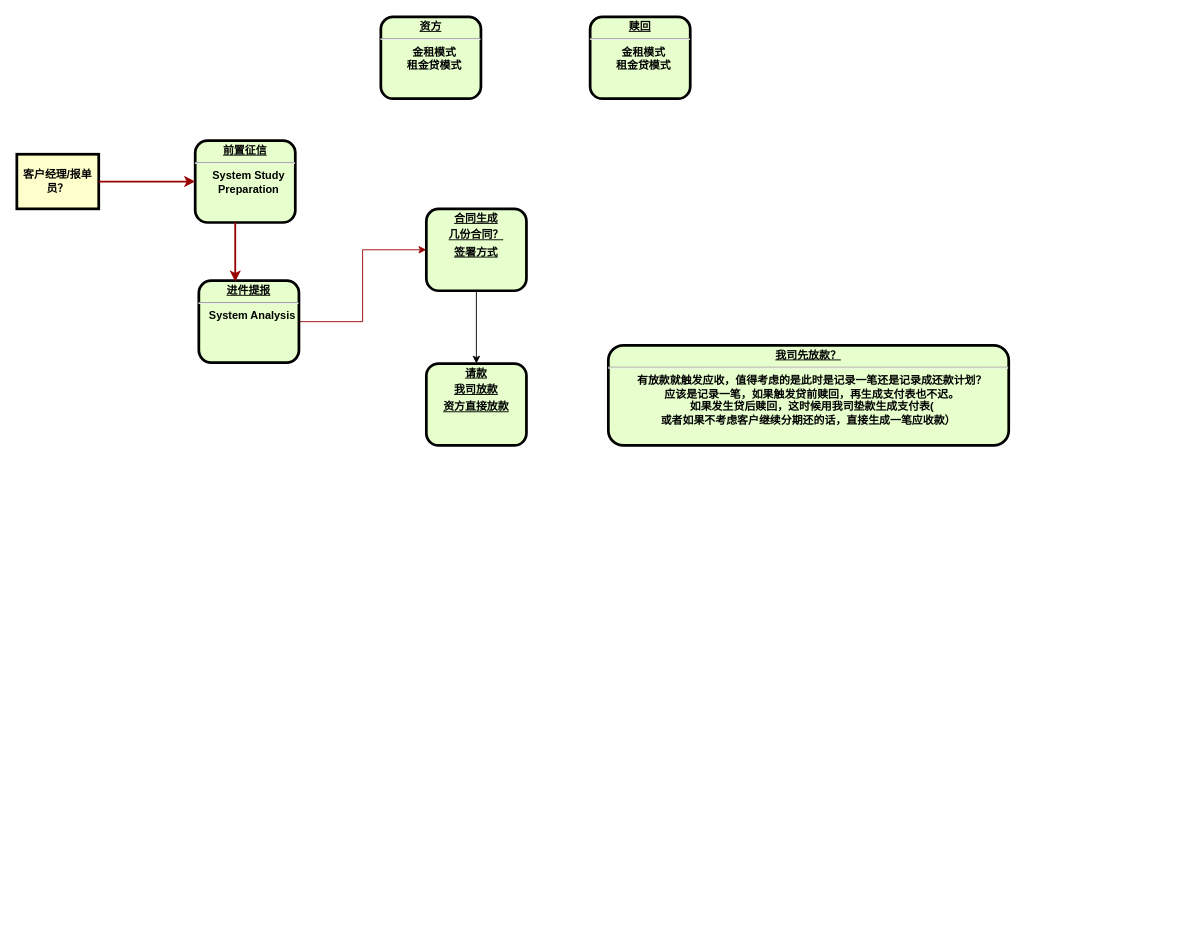
This is QJ主营业务流程.drawio from XiongZen/QJReconstitution, a draw.io file, before an edit. Source tidied: cells renumbered, new cells numbered last; positions are measured from the earlier drawing's top-left corner, leaving out a move shared by most shapes. Both pictures are drawn from the tidied source at 91%, with x=0, y=0 at pixel (16, 16).
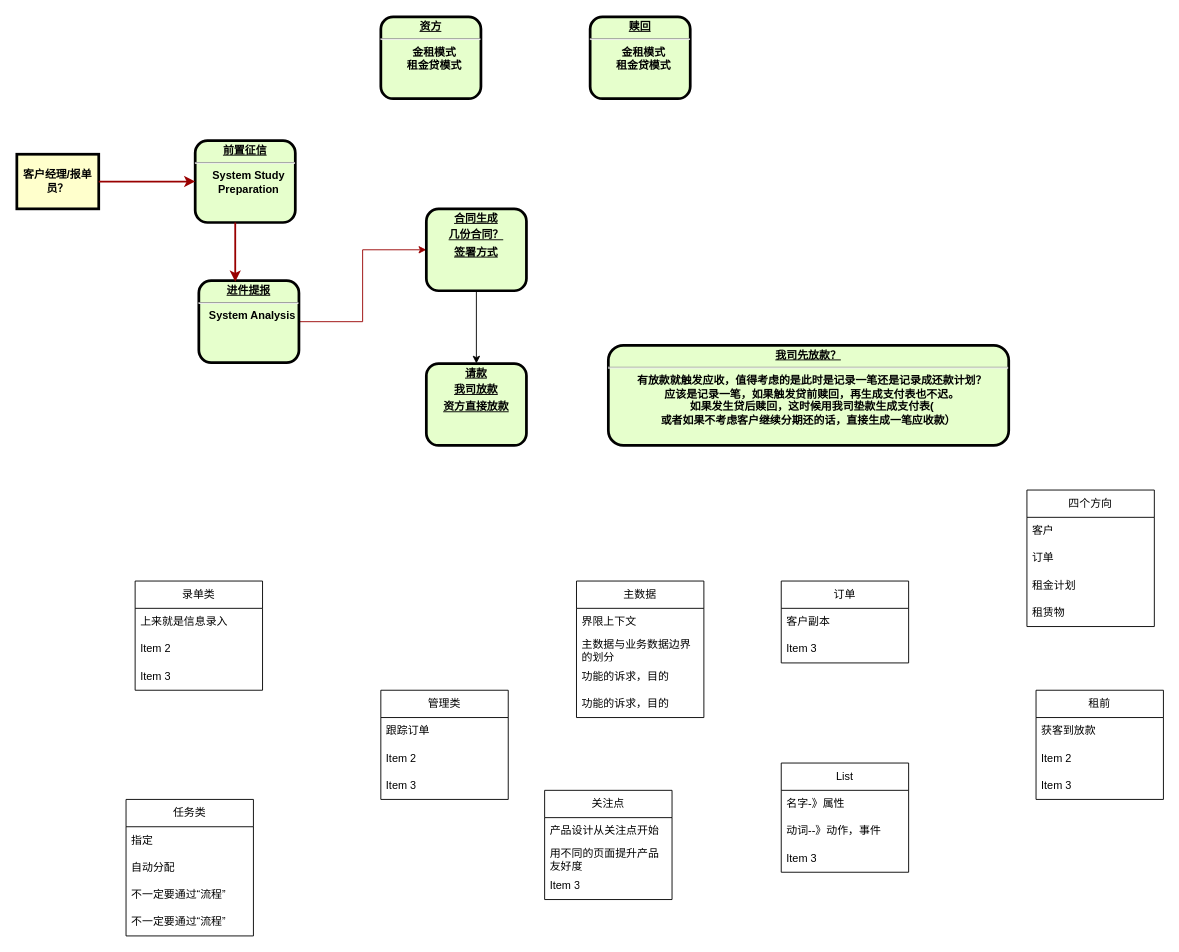
After the change.

Commit message:
更新QJ主营业务流程0903

The edit, as a diff of the source:
```diff
@@
+    <mxCell id="14" value="录单类" style="swimlane;fontStyle=0;horizontal=1;startSize=30;whiteSpace=wrap;html=1;" parent="1" vertex="1">
+      <mxGeometry x="130" y="620" width="140" height="120" as="geometry" />
+    </mxCell>
+    <mxCell id="15" value="上来就是信息录入" style="text;strokeColor=none;fillColor=none;align=left;verticalAlign=middle;spacingLeft=4;spacingRight=4;overflow=hidden;whiteSpace=wrap;html=1;" parent="14" vertex="1">
+      <mxGeometry y="30" width="140" height="30" as="geometry" />
+    </mxCell>
+    <mxCell id="16" value="Item 2" style="text;strokeColor=none;fillColor=none;align=left;verticalAlign=middle;spacingLeft=4;spacingRight=4;overflow=hidden;whiteSpace=wrap;html=1;" parent="14" vertex="1">
+      <mxGeometry y="60" width="140" height="30" as="geometry" />
+    </mxCell>
+    <mxCell id="17" value="Item 3" style="text;strokeColor=none;fillColor=none;align=left;verticalAlign=middle;spacingLeft=4;spacingRight=4;overflow=hidden;whiteSpace=wrap;html=1;" parent="14" vertex="1">
+      <mxGeometry y="90" width="140" height="30" as="geometry" />
+    </mxCell>
+    <mxCell id="18" value="任务类" style="swimlane;fontStyle=0;horizontal=1;startSize=30;whiteSpace=wrap;html=1;" parent="1" vertex="1">
+      <mxGeometry x="120" y="860" width="140" height="150" as="geometry" />
+    </mxCell>
+    <mxCell id="19" value="指定" style="text;strokeColor=none;fillColor=none;align=left;verticalAlign=middle;spacingLeft=4;spacingRight=4;overflow=hidden;whiteSpace=wrap;html=1;" parent="18" vertex="1">
+      <mxGeometry y="30" width="140" height="30" as="geometry" />
+    </mxCell>
+    <mxCell id="20" value="自动分配" style="text;strokeColor=none;fillColor=none;align=left;verticalAlign=middle;spacingLeft=4;spacingRight=4;overflow=hidden;whiteSpace=wrap;html=1;" parent="18" vertex="1">
+      <mxGeometry y="60" width="140" height="30" as="geometry" />
+    </mxCell>
+    <mxCell id="21" value="不一定要通过“流程”" style="text;strokeColor=none;fillColor=none;align=left;verticalAlign=middle;spacingLeft=4;spacingRight=4;overflow=hidden;whiteSpace=wrap;html=1;" parent="18" vertex="1">
+      <mxGeometry y="90" width="140" height="30" as="geometry" />
+    </mxCell>
+    <mxCell id="22" value="不一定要通过“流程”" style="text;strokeColor=none;fillColor=none;align=left;verticalAlign=middle;spacingLeft=4;spacingRight=4;overflow=hidden;whiteSpace=wrap;html=1;" parent="18" vertex="1">
+      <mxGeometry y="120" width="140" height="30" as="geometry" />
+    </mxCell>
+    <mxCell id="23" value="管理类" style="swimlane;fontStyle=0;horizontal=1;startSize=30;whiteSpace=wrap;html=1;" parent="1" vertex="1">
+      <mxGeometry x="400" y="740" width="140" height="120" as="geometry" />
+    </mxCell>
+    <mxCell id="24" value="跟踪订单" style="text;strokeColor=none;fillColor=none;align=left;verticalAlign=middle;spacingLeft=4;spacingRight=4;overflow=hidden;whiteSpace=wrap;html=1;" parent="23" vertex="1">
+      <mxGeometry y="30" width="140" height="30" as="geometry" />
+    </mxCell>
+    <mxCell id="25" value="Item 2" style="text;strokeColor=none;fillColor=none;align=left;verticalAlign=middle;spacingLeft=4;spacingRight=4;overflow=hidden;whiteSpace=wrap;html=1;" parent="23" vertex="1">
+      <mxGeometry y="60" width="140" height="30" as="geometry" />
+    </mxCell>
+    <mxCell id="26" value="Item 3" style="text;strokeColor=none;fillColor=none;align=left;verticalAlign=middle;spacingLeft=4;spacingRight=4;overflow=hidden;whiteSpace=wrap;html=1;" parent="23" vertex="1">
+      <mxGeometry y="90" width="140" height="30" as="geometry" />
+    </mxCell>
+    <mxCell id="27" value="主数据" style="swimlane;fontStyle=0;horizontal=1;startSize=30;whiteSpace=wrap;html=1;" parent="1" vertex="1">
+      <mxGeometry x="615" y="620" width="140" height="150" as="geometry" />
+    </mxCell>
+    <mxCell id="28" value="界限上下文" style="text;strokeColor=none;fillColor=none;align=left;verticalAlign=middle;spacingLeft=4;spacingRight=4;overflow=hidden;whiteSpace=wrap;html=1;" parent="27" vertex="1">
+      <mxGeometry y="30" width="140" height="30" as="geometry" />
+    </mxCell>
+    <mxCell id="29" value="主数据与业务数据边界的划分" style="text;strokeColor=none;fillColor=none;align=left;verticalAlign=middle;spacingLeft=4;spacingRight=4;overflow=hidden;whiteSpace=wrap;html=1;" parent="27" vertex="1">
+      <mxGeometry y="60" width="140" height="30" as="geometry" />
+    </mxCell>
+    <mxCell id="30" value="功能的诉求，目的" style="text;strokeColor=none;fillColor=none;align=left;verticalAlign=middle;spacingLeft=4;spacingRight=4;overflow=hidden;whiteSpace=wrap;html=1;" parent="27" vertex="1">
+      <mxGeometry y="90" width="140" height="30" as="geometry" />
+    </mxCell>
+    <mxCell id="31" value="功能的诉求，目的" style="text;strokeColor=none;fillColor=none;align=left;verticalAlign=middle;spacingLeft=4;spacingRight=4;overflow=hidden;whiteSpace=wrap;html=1;" parent="27" vertex="1">
+      <mxGeometry y="120" width="140" height="30" as="geometry" />
+    </mxCell>
+    <mxCell id="32" value="订单" style="swimlane;fontStyle=0;horizontal=1;startSize=30;whiteSpace=wrap;html=1;" parent="1" vertex="1">
+      <mxGeometry x="840" y="620" width="140" height="90" as="geometry" />
+    </mxCell>
+    <mxCell id="33" value="客户副本" style="text;strokeColor=none;fillColor=none;align=left;verticalAlign=middle;spacingLeft=4;spacingRight=4;overflow=hidden;whiteSpace=wrap;html=1;" parent="32" vertex="1">
+      <mxGeometry y="30" width="140" height="30" as="geometry" />
+    </mxCell>
+    <mxCell id="34" value="Item 3" style="text;strokeColor=none;fillColor=none;align=left;verticalAlign=middle;spacingLeft=4;spacingRight=4;overflow=hidden;whiteSpace=wrap;html=1;" parent="32" vertex="1">
+      <mxGeometry y="60" width="140" height="30" as="geometry" />
+    </mxCell>
+    <mxCell id="35" value="关注点" style="swimlane;fontStyle=0;horizontal=1;startSize=30;whiteSpace=wrap;html=1;" parent="1" vertex="1">
+      <mxGeometry x="580" y="850" width="140" height="120" as="geometry" />
+    </mxCell>
+    <mxCell id="36" value="产品设计从关注点开始" style="text;strokeColor=none;fillColor=none;align=left;verticalAlign=middle;spacingLeft=4;spacingRight=4;overflow=hidden;whiteSpace=wrap;html=1;" parent="35" vertex="1">
+      <mxGeometry y="30" width="140" height="30" as="geometry" />
+    </mxCell>
+    <mxCell id="37" value="用不同的页面提升产品友好度" style="text;strokeColor=none;fillColor=none;align=left;verticalAlign=middle;spacingLeft=4;spacingRight=4;overflow=hidden;whiteSpace=wrap;html=1;" parent="35" vertex="1">
+      <mxGeometry y="60" width="140" height="30" as="geometry" />
+    </mxCell>
+    <mxCell id="38" value="Item 3" style="text;strokeColor=none;fillColor=none;align=left;verticalAlign=middle;spacingLeft=4;spacingRight=4;overflow=hidden;whiteSpace=wrap;html=1;" parent="35" vertex="1">
+      <mxGeometry y="90" width="140" height="30" as="geometry" />
+    </mxCell>
+    <mxCell id="39" value="List" style="swimlane;fontStyle=0;horizontal=1;startSize=30;whiteSpace=wrap;html=1;" parent="1" vertex="1">
+      <mxGeometry x="840" y="820" width="140" height="120" as="geometry" />
+    </mxCell>
+    <mxCell id="40" value="名字-》属性" style="text;strokeColor=none;fillColor=none;align=left;verticalAlign=middle;spacingLeft=4;spacingRight=4;overflow=hidden;whiteSpace=wrap;html=1;" parent="39" vertex="1">
+      <mxGeometry y="30" width="140" height="30" as="geometry" />
+    </mxCell>
+    <mxCell id="41" value="动词--》动作，事件" style="text;strokeColor=none;fillColor=none;align=left;verticalAlign=middle;spacingLeft=4;spacingRight=4;overflow=hidden;whiteSpace=wrap;html=1;" parent="39" vertex="1">
+      <mxGeometry y="60" width="140" height="30" as="geometry" />
+    </mxCell>
+    <mxCell id="42" value="Item 3" style="text;strokeColor=none;fillColor=none;align=left;verticalAlign=middle;spacingLeft=4;spacingRight=4;overflow=hidden;whiteSpace=wrap;html=1;" parent="39" vertex="1">
+      <mxGeometry y="90" width="140" height="30" as="geometry" />
+    </mxCell>
+    <mxCell id="43" value="四个方向" style="swimlane;fontStyle=0;horizontal=1;startSize=30;whiteSpace=wrap;html=1;" parent="1" vertex="1">
+      <mxGeometry x="1110" y="520" width="140" height="150" as="geometry" />
+    </mxCell>
+    <mxCell id="44" value="客户" style="text;strokeColor=none;fillColor=none;align=left;verticalAlign=middle;spacingLeft=4;spacingRight=4;overflow=hidden;whiteSpace=wrap;html=1;" parent="43" vertex="1">
+      <mxGeometry y="30" width="140" height="30" as="geometry" />
+    </mxCell>
+    <mxCell id="45" value="订单" style="text;strokeColor=none;fillColor=none;align=left;verticalAlign=middle;spacingLeft=4;spacingRight=4;overflow=hidden;whiteSpace=wrap;html=1;" parent="43" vertex="1">
+      <mxGeometry y="60" width="140" height="30" as="geometry" />
+    </mxCell>
+    <mxCell id="46" value="租金计划" style="text;strokeColor=none;fillColor=none;align=left;verticalAlign=middle;spacingLeft=4;spacingRight=4;overflow=hidden;whiteSpace=wrap;html=1;" parent="43" vertex="1">
+      <mxGeometry y="90" width="140" height="30" as="geometry" />
+    </mxCell>
+    <mxCell id="47" value="租赁物" style="text;strokeColor=none;fillColor=none;align=left;verticalAlign=middle;spacingLeft=4;spacingRight=4;overflow=hidden;whiteSpace=wrap;html=1;" parent="43" vertex="1">
+      <mxGeometry y="120" width="140" height="30" as="geometry" />
+    </mxCell>
+    <mxCell id="48" value="租前" style="swimlane;fontStyle=0;horizontal=1;startSize=30;whiteSpace=wrap;html=1;" parent="1" vertex="1">
+      <mxGeometry x="1120" y="740" width="140" height="120" as="geometry" />
+    </mxCell>
+    <mxCell id="49" value="获客到放款" style="text;strokeColor=none;fillColor=none;align=left;verticalAlign=middle;spacingLeft=4;spacingRight=4;overflow=hidden;whiteSpace=wrap;html=1;" parent="48" vertex="1">
+      <mxGeometry y="30" width="140" height="30" as="geometry" />
+    </mxCell>
+    <mxCell id="50" value="Item 2" style="text;strokeColor=none;fillColor=none;align=left;verticalAlign=middle;spacingLeft=4;spacingRight=4;overflow=hidden;whiteSpace=wrap;html=1;" parent="48" vertex="1">
+      <mxGeometry y="60" width="140" height="30" as="geometry" />
+    </mxCell>
+    <mxCell id="51" value="Item 3" style="text;strokeColor=none;fillColor=none;align=left;verticalAlign=middle;spacingLeft=4;spacingRight=4;overflow=hidden;whiteSpace=wrap;html=1;" parent="48" vertex="1">
+      <mxGeometry y="90" width="140" height="30" as="geometry" />
+    </mxCell>
```
